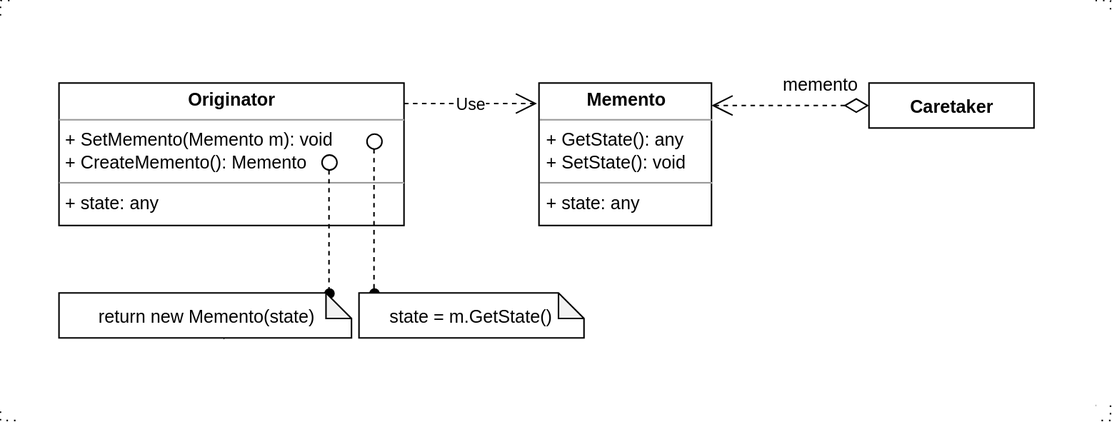
The draw.io diagram bc-topics/Memento_Pattern.svg in raman-m/dotnet, before a commit. Source tidied: cells renumbered, new cells last; positions are measured from the earlier drawing's top-left corner, leaving out a move shared by most shapes.
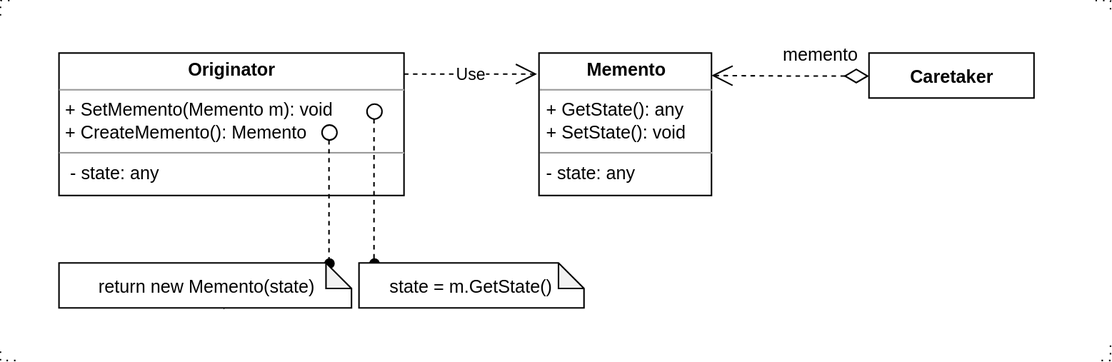
After the commit.

Commit message:
Update Memento Pattern section

Change to the diagram source:
```diff
@@ -2,7 +2,7 @@
   <root>
     <mxCell id="0" />
     <mxCell id="1" parent="0" />
-    <mxCell id="2" value="&lt;p style=&quot;margin: 0px ; margin-top: 4px ; text-align: center&quot;&gt;&lt;b&gt;Originator&lt;/b&gt;&lt;/p&gt;&lt;hr size=&quot;1&quot;&gt;&lt;p style=&quot;margin: 0px ; margin-left: 4px&quot;&gt;&lt;span&gt;+ SetMemento(Memento m): void&lt;/span&gt;&lt;br&gt;&lt;/p&gt;&lt;p style=&quot;margin: 0px ; margin-left: 4px&quot;&gt;+ CreateMemento(): Memento&lt;span&gt;&lt;br&gt;&lt;/span&gt;&lt;/p&gt;&lt;hr size=&quot;1&quot;&gt;&lt;p style=&quot;margin: 0px ; margin-left: 4px&quot;&gt;+ state: any&lt;/p&gt;" style="verticalAlign=top;align=left;overflow=fill;fontSize=12;fontFamily=Helvetica;html=1;" parent="1" vertex="1">
+    <mxCell id="2" value="&lt;p style=&quot;margin: 0px ; margin-top: 4px ; text-align: center&quot;&gt;&lt;b&gt;Originator&lt;/b&gt;&lt;/p&gt;&lt;hr size=&quot;1&quot;&gt;&lt;p style=&quot;margin: 0px ; margin-left: 4px&quot;&gt;&lt;span&gt;+ SetMemento(Memento m): void&lt;/span&gt;&lt;br&gt;&lt;/p&gt;&lt;p style=&quot;margin: 0px ; margin-left: 4px&quot;&gt;+ CreateMemento(): Memento&lt;span&gt;&lt;br&gt;&lt;/span&gt;&lt;/p&gt;&lt;hr size=&quot;1&quot;&gt;&lt;p style=&quot;margin: 0px ; margin-left: 4px&quot;&gt;&amp;nbsp;- state: any&lt;/p&gt;" style="verticalAlign=top;align=left;overflow=fill;fontSize=12;fontFamily=Helvetica;html=1;" parent="1" vertex="1">
       <mxGeometry x="39" y="55" width="230" height="95" as="geometry" />
     </mxCell>
     <mxCell id="3" style="edgeStyle=orthogonalEdgeStyle;rounded=0;orthogonalLoop=1;jettySize=auto;html=1;exitX=0.5;exitY=1;exitDx=0;exitDy=0;" parent="1" edge="1">
@@ -35,9 +35,9 @@
       <mxGeometry x="239" y="195" width="150" height="30" as="geometry" />
     </mxCell>
     <mxCell id="10" style="shape=partialRectangle;whiteSpace=wrap;html=1;bottom=0;right=0;fillColor=none;dashed=1;dashPattern=1 4;" parent="1" vertex="1">
-      <mxGeometry width="10" height="10" as="geometry" />
+      <mxGeometry y="20" width="10" height="10" as="geometry" />
     </mxCell>
-    <mxCell id="11" value="&lt;p style=&quot;margin: 0px ; margin-top: 4px ; text-align: center&quot;&gt;&lt;b&gt;Memento&lt;/b&gt;&lt;/p&gt;&lt;hr size=&quot;1&quot;&gt;&lt;p style=&quot;margin: 0px ; margin-left: 4px&quot;&gt;+ GetState(): any&lt;/p&gt;&lt;p style=&quot;margin: 0px ; margin-left: 4px&quot;&gt;+ SetState(): void&lt;/p&gt;&lt;hr size=&quot;1&quot;&gt;&lt;p style=&quot;margin: 0px ; margin-left: 4px&quot;&gt;+ state: any&lt;br&gt;&lt;/p&gt;" style="verticalAlign=top;align=left;overflow=fill;fontSize=12;fontFamily=Helvetica;html=1;" parent="1" vertex="1">
+    <mxCell id="11" value="&lt;p style=&quot;margin: 0px ; margin-top: 4px ; text-align: center&quot;&gt;&lt;b&gt;Memento&lt;/b&gt;&lt;/p&gt;&lt;hr size=&quot;1&quot;&gt;&lt;p style=&quot;margin: 0px ; margin-left: 4px&quot;&gt;+ GetState(): any&lt;/p&gt;&lt;p style=&quot;margin: 0px ; margin-left: 4px&quot;&gt;+ SetState(): void&lt;/p&gt;&lt;hr size=&quot;1&quot;&gt;&lt;p style=&quot;margin: 0px ; margin-left: 4px&quot;&gt;&amp;nbsp;- state: any&lt;br&gt;&lt;/p&gt;" style="verticalAlign=top;align=left;overflow=fill;fontSize=12;fontFamily=Helvetica;html=1;" parent="1" vertex="1">
       <mxGeometry x="359" y="55" width="115" height="95" as="geometry" />
     </mxCell>
     <mxCell id="12" value="1" style="endArrow=open;html=1;endSize=12;startArrow=diamondThin;startSize=14;startFill=0;edgeStyle=orthogonalEdgeStyle;align=left;verticalAlign=bottom;dashed=1;exitX=0;exitY=0.5;exitDx=0;exitDy=0;" parent="1" edge="1" source="14">
@@ -55,16 +55,13 @@
       <mxGeometry x="519" y="45" width="55" height="20" as="geometry" />
     </mxCell>
     <mxCell id="16" style="shape=partialRectangle;whiteSpace=wrap;html=1;bottom=0;right=0;fillColor=none;direction=south;dashed=1;dashPattern=1 4;" parent="1" vertex="1">
-      <mxGeometry x="730" width="10" height="10" as="geometry" />
+      <mxGeometry x="730" y="20" width="10" height="10" as="geometry" />
     </mxCell>
     <mxCell id="17" style="shape=partialRectangle;whiteSpace=wrap;html=1;top=0;left=0;fillColor=none;dashed=1;dashPattern=1 4;direction=south;" parent="1" vertex="1">
-      <mxGeometry y="270" width="10" height="10" as="geometry" />
+      <mxGeometry y="250" width="10" height="10" as="geometry" />
     </mxCell>
     <mxCell id="18" style="shape=partialRectangle;whiteSpace=wrap;html=1;top=0;left=0;fillColor=none;dashed=1;dashPattern=1 4;direction=east;" parent="1" vertex="1">
-      <mxGeometry x="730" y="270" width="10" height="10" as="geometry" />
+      <mxGeometry x="730" y="250" width="10" height="10" as="geometry" />
     </mxCell>
-    <mxCell id="19" style="edgeStyle=none;rounded=0;orthogonalLoop=1;jettySize=auto;html=1;exitX=0;exitY=0;exitDx=0;exitDy=0;dashed=1;startArrow=classic;startFill=1;endArrow=classic;endFill=1;fontSize=20;" parent="1" edge="1" source="18" target="18">
-      <mxGeometry relative="1" as="geometry" />
-    </mxCell>
   </root>
 </mxGraphModel>
```
